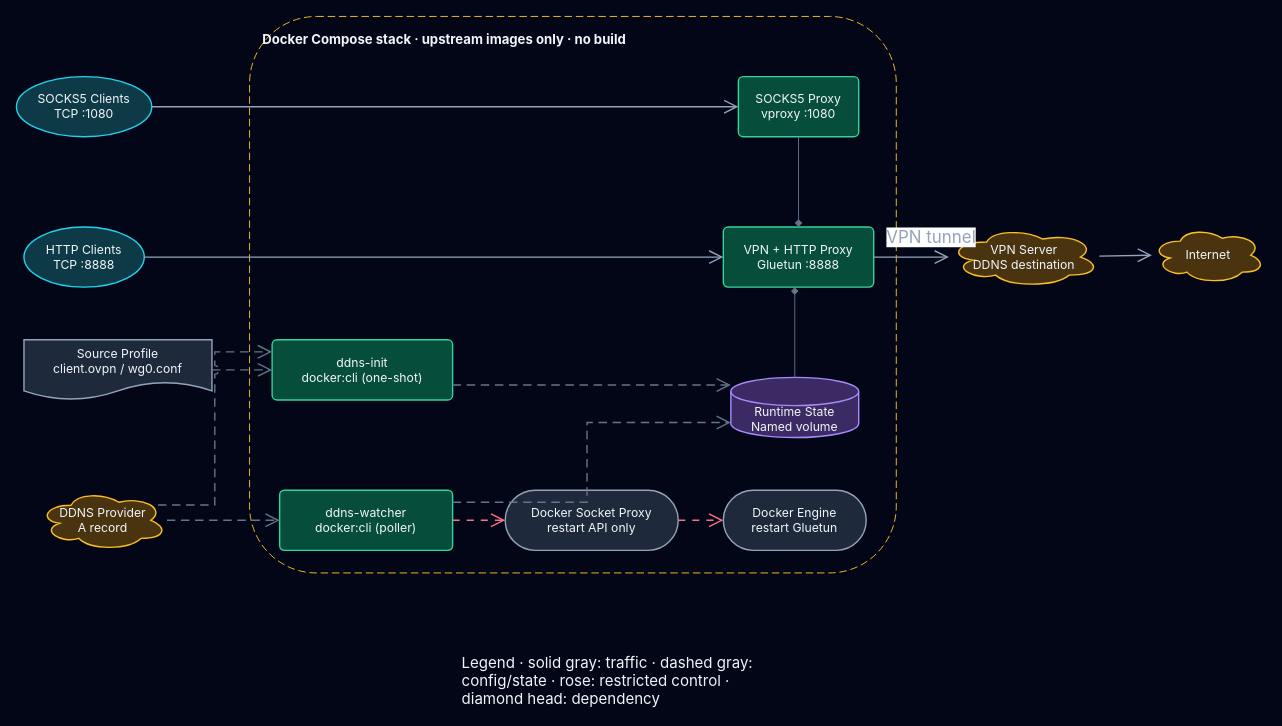
Before: docs/assets/architecture.drawio in DF-wu/ddns-openvpn-proxy, a draw.io diagram. Source tidied: cells renumbered, new cells numbered last; positions are measured from the earlier drawing's top-left corner, leaving out a move shared by most shapes. Both pictures are drawn from the tidied source at 94%, with x=0, y=0 at pixel (16, 16).
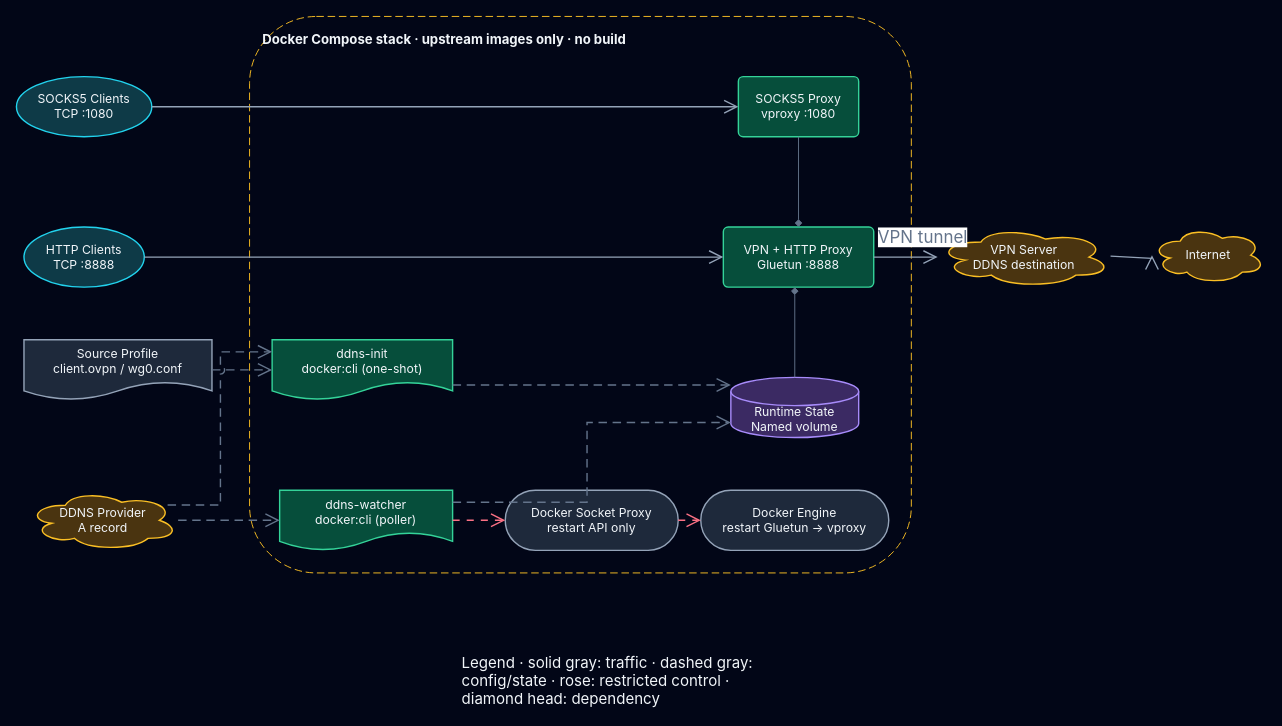
After the change.

The change refers to these unchanged cells:
```xml
<mxCell id="28" style="edgeStyle=orthogonalEdgeStyle;rounded=0;jettySize=auto;html=1;strokeColor=#94A3B8;strokeWidth=1.5;endArrow=open;endFill=0;endSize=12;exitX=1;exitY=0.5;exitDx=0;exitDy=0;entryX=0;entryY=0.5;entryDx=0;entryDy=0;jumpStyle=arc;jumpSize=8;" parent="1" edge="1" source="11" target="14">
  <mxGeometry relative="1" as="geometry" />
</mxCell>
```

What changed in the source:
```diff
@@
     <mxCell id="2" value="Docker Compose stack · upstream images only · no build" style="rounded=1;arcSize=12;html=1;whiteSpace=wrap;fillColor=none;strokeColor=#FBBF24;strokeWidth=1;fontColor=#F1F5F9;fontSize=14;fontFamily=Inter, Roboto, system-ui, -apple-system, sans-serif;fontStyle=1;verticalAlign=top;align=left;spacingLeft=12;spacingTop=10;dashed=1;dashPattern=8 4;" parent="1" vertex="1">
-      <mxGeometry x="248" width="688" height="592" as="geometry" />
+      <mxGeometry x="248" width="704" height="592" as="geometry" />
     </mxCell>
@@
     <mxCell id="6" value="DDNS Provider&lt;br&gt;A record" style="ellipse;shape=cloud;html=1;whiteSpace=wrap;fillColor=#4A3410;strokeColor=#FBBF24;strokeWidth=1.5;fontColor=#F1F5F9;fontSize=13;fontFamily=Inter, Roboto, system-ui, -apple-system, sans-serif;verticalAlign=middle;align=center;" parent="1" vertex="1">
-      <mxGeometry x="24" y="504" width="136" height="64" as="geometry" />
+      <mxGeometry x="12" y="504" width="160" height="64" as="geometry" />
     </mxCell>
-    <mxCell id="7" value="ddns-init&lt;br&gt;docker:cli (one-shot)" style="rounded=1;arcSize=8;html=1;whiteSpace=wrap;fillColor=#064E3B;strokeColor=#34D399;strokeWidth=1.5;fontColor=#F1F5F9;fontSize=13;fontFamily=Inter, Roboto, system-ui, -apple-system, sans-serif;verticalAlign=middle;align=center;" parent="2" vertex="1">
+    <mxCell id="7" value="ddns-init&lt;br&gt;docker:cli (one-shot)" style="shape=document;boundedLbl=1;html=1;whiteSpace=wrap;fillColor=#064E3B;strokeColor=#34D399;strokeWidth=1.5;fontColor=#F1F5F9;fontSize=13;fontFamily=Inter, Roboto, system-ui, -apple-system, sans-serif;verticalAlign=middle;align=center;" parent="2" vertex="1">
       <mxGeometry x="24" y="344" width="192" height="64" as="geometry" />
     </mxCell>
@@
-    <mxCell id="9" value="ddns-watcher&lt;br&gt;docker:cli (poller)" style="rounded=1;arcSize=8;html=1;whiteSpace=wrap;fillColor=#064E3B;strokeColor=#34D399;strokeWidth=1.5;fontColor=#F1F5F9;fontSize=13;fontFamily=Inter, Roboto, system-ui, -apple-system, sans-serif;verticalAlign=middle;align=center;" parent="2" vertex="1">
+    <mxCell id="9" value="ddns-watcher&lt;br&gt;docker:cli (poller)" style="shape=document;boundedLbl=1;html=1;whiteSpace=wrap;fillColor=#064E3B;strokeColor=#34D399;strokeWidth=1.5;fontColor=#F1F5F9;fontSize=13;fontFamily=Inter, Roboto, system-ui, -apple-system, sans-serif;verticalAlign=middle;align=center;" parent="2" vertex="1">
       <mxGeometry x="32" y="504" width="184" height="64" as="geometry" />
     </mxCell>
@@
-    <mxCell id="13" value="Docker Engine&lt;br&gt;restart Gluetun" style="rounded=1;arcSize=50;html=1;whiteSpace=wrap;fillColor=#1E293B;strokeColor=#94A3B8;strokeWidth=1.5;fontColor=#F1F5F9;fontSize=13;fontFamily=Inter, Roboto, system-ui, -apple-system, sans-serif;verticalAlign=middle;align=center;" parent="2" vertex="1">
-      <mxGeometry x="504" y="504" width="152" height="64" as="geometry" />
+    <mxCell id="13" value="Docker Engine&lt;br&gt;restart Gluetun → vproxy" style="rounded=1;arcSize=50;html=1;whiteSpace=wrap;fillColor=#1E293B;strokeColor=#94A3B8;strokeWidth=1.5;fontColor=#F1F5F9;fontSize=13;fontFamily=Inter, Roboto, system-ui, -apple-system, sans-serif;verticalAlign=middle;align=center;" parent="2" vertex="1">
+      <mxGeometry x="480" y="504" width="200" height="64" as="geometry" />
     </mxCell>
     <mxCell id="14" value="VPN Server&lt;br&gt;DDNS destination" style="ellipse;shape=cloud;html=1;whiteSpace=wrap;fillColor=#4A3410;strokeColor=#FBBF24;strokeWidth=1.5;fontColor=#F1F5F9;fontSize=13;fontFamily=Inter, Roboto, system-ui, -apple-system, sans-serif;verticalAlign=middle;align=center;" parent="1" vertex="1">
-      <mxGeometry x="992" y="224" width="160" height="64" as="geometry" />
+      <mxGeometry x="980" y="224" width="184" height="64" as="geometry" />
     </mxCell>
@@
-    <mxCell id="29" value="VPN tunnel" style="edgeLabel;html=1;align=center;verticalAlign=middle;fontSize=18;fontColor=#94A3B8;fontFamily=Inter, Roboto, system-ui, -apple-system, sans-serif;" parent="28" vertex="1">
+    <mxCell id="29" value="VPN tunnel" style="edgeLabel;html=1;align=center;verticalAlign=middle;fontSize=18;fontColor=#64748B;fontFamily=Inter, Roboto, system-ui, -apple-system, sans-serif;" parent="28" vertex="1">
       <mxGeometry x="0.5" relative="1" as="geometry">
         <mxPoint y="-22" as="offset" />
       </mxGeometry>
     </mxCell>
```
